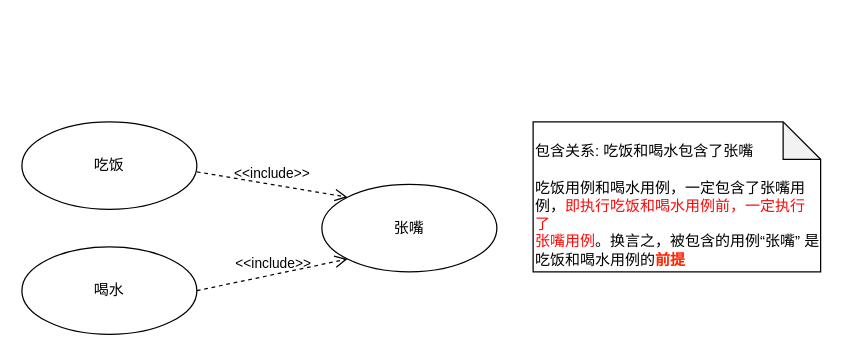
zhangyinyuan/study-note keeps this draw.io diagram as src/软考/软件设计师中级/包含关系.drawio. Above is the earlier version. Source tidied: cells renumbered, new cells numbered last; positions are measured from the earlier drawing's top-left corner, leaving out a move shared by most shapes. Both pictures are drawn from the tidied source at 125%, with x=0, y=0 at pixel (21, 121).
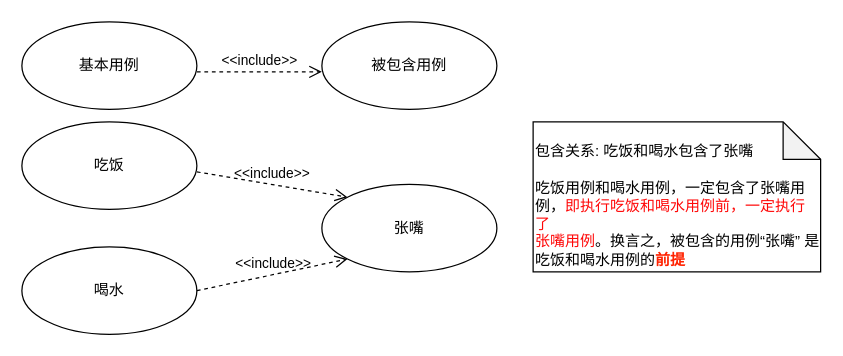
The same page after the edit.

What changed in the source:
```diff
@@
 <mxGraphModel>
   <root>
     <mxCell id="0" />
     <mxCell id="1" parent="0" />
     <mxCell id="2" value="吃饭" style="ellipse;whiteSpace=wrap;html=1;" parent="1" vertex="1">
       <mxGeometry width="140" height="70" as="geometry" />
     </mxCell>
     <mxCell id="3" value="喝水" style="ellipse;whiteSpace=wrap;html=1;" parent="1" vertex="1">
       <mxGeometry y="100" width="140" height="70" as="geometry" />
     </mxCell>
     <mxCell id="4" value="张嘴" style="ellipse;whiteSpace=wrap;html=1;" parent="1" vertex="1">
       <mxGeometry x="240" y="50" width="140" height="70" as="geometry" />
     </mxCell>
     <mxCell id="5" value="&amp;lt;&amp;lt;include&amp;gt;&amp;gt;" style="endArrow=open;startArrow=none;endFill=0;startFill=0;endSize=8;html=1;verticalAlign=bottom;dashed=1;labelBackgroundColor=none;entryX=0;entryY=0;entryDx=0;entryDy=0;" parent="1" edge="1" target="4">
       <mxGeometry relative="1" as="geometry">
         <mxPoint x="140" y="40" as="sourcePoint" />
       </mxGeometry>
     </mxCell>
     <mxCell id="6" value="&amp;lt;&amp;lt;include&amp;gt;&amp;gt;" style="endArrow=open;startArrow=none;endFill=0;startFill=0;endSize=8;html=1;verticalAlign=bottom;dashed=1;labelBackgroundColor=none;exitX=1;exitY=0.5;exitDx=0;exitDy=0;entryX=0;entryY=1;entryDx=0;entryDy=0;" parent="1" edge="1" source="3" target="4">
       <mxGeometry relative="1" as="geometry" />
     </mxCell>
     <mxCell id="7" value="&lt;br&gt;包含关系: 吃饭和喝水包含了张嘴&lt;br&gt;&lt;br&gt;吃饭用例和喝水用例，一定包含了张嘴用例，&lt;font color=&quot;#ff0808&quot;&gt;即执行吃饭和喝水用例前，一定执行了&lt;br&gt;张嘴用例&lt;/font&gt;。换言之，被包含的用例“张嘴” 是&lt;br&gt;吃饭和喝水用例的&lt;font color=&quot;#ff2200&quot;&gt;&lt;b&gt;前提&lt;/b&gt;&lt;/font&gt;" style="shape=note;whiteSpace=wrap;html=1;backgroundOutline=1;darkOpacity=0.05;align=left;" parent="1" vertex="1">
       <mxGeometry x="409" width="230" height="120" as="geometry" />
     </mxCell>
+    <mxCell id="8" value="基本用例" style="ellipse;whiteSpace=wrap;html=1;" parent="1" vertex="1">
+      <mxGeometry y="-80" width="140" height="70" as="geometry" />
+    </mxCell>
+    <mxCell id="9" value="被包含用例" style="ellipse;whiteSpace=wrap;html=1;" parent="1" vertex="1">
+      <mxGeometry x="240" y="-80" width="140" height="70" as="geometry" />
+    </mxCell>
+    <mxCell id="10" value="&amp;lt;&amp;lt;include&amp;gt;&amp;gt;" style="endArrow=open;startArrow=none;endFill=0;startFill=0;endSize=8;html=1;verticalAlign=bottom;dashed=1;labelBackgroundColor=none;entryX=0;entryY=0.571;entryDx=0;entryDy=0;entryPerimeter=0;" parent="1" edge="1" target="9">
+      <mxGeometry relative="1" as="geometry">
+        <mxPoint x="140" y="-40" as="sourcePoint" />
+      </mxGeometry>
+    </mxCell>
   </root>
 </mxGraphModel>
```
